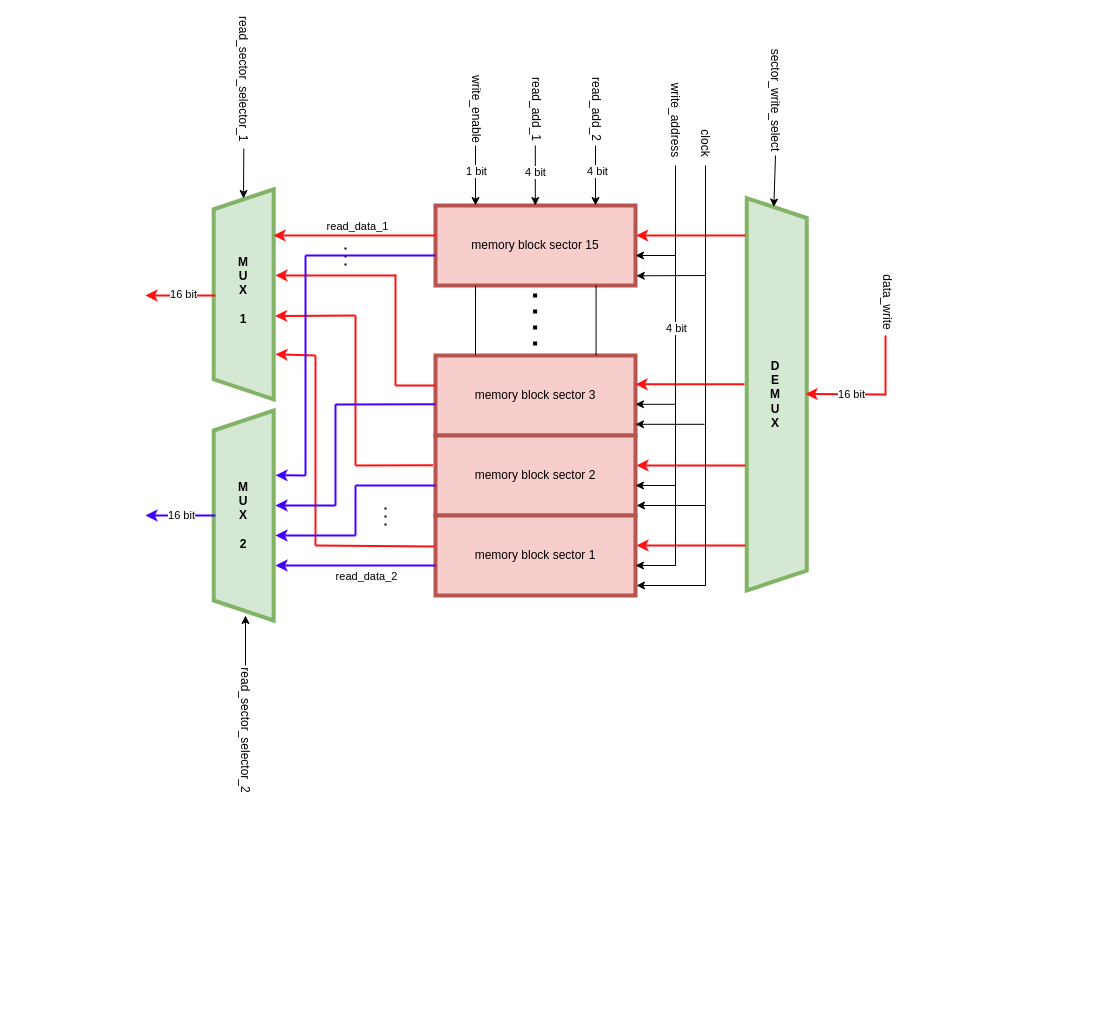
The draw.io diagram appendix/architecture_3.drawio in Arycast/AutoEncoder_dumbo, before the edit. Source tidied: cells renumbered, new cells numbered last; positions are measured from the earlier drawing's top-left corner, leaving out a move shared by most shapes. Both pictures are drawn from the tidied source at 100%, with x=0, y=0 at pixel (138, 64).
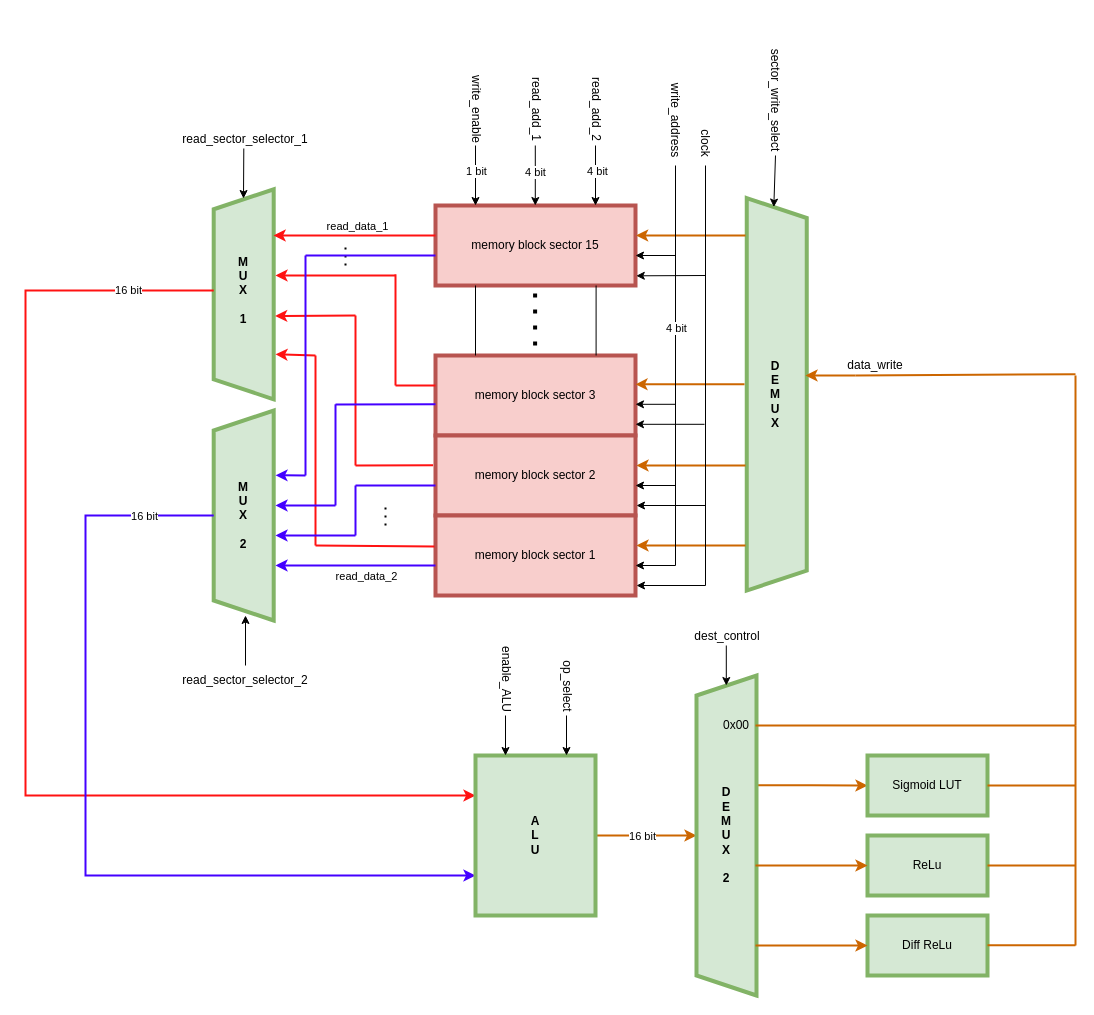
After the change.

Commit message:
updated architecture sketch

Unchanged cells that the change refers to:
```xml
<mxCell id="6" value="memory block sector 15" style="rounded=0;whiteSpace=wrap;html=1;fillColor=#f8cecc;strokeColor=#b85450;strokeWidth=4;" parent="1" vertex="1">
  <mxGeometry x="297" y="141" width="200" height="80" as="geometry" />
</mxCell>
<mxCell id="77" value="&lt;b&gt;M&lt;br&gt;U&lt;br&gt;X&lt;br&gt;&lt;br&gt;1&lt;/b&gt;" style="text;html=1;strokeColor=none;fillColor=none;align=center;verticalAlign=middle;whiteSpace=wrap;rounded=0;" parent="1" vertex="1">
  <mxGeometry x="75.2" y="211" width="60" height="30" as="geometry" />
</mxCell>
<mxCell id="78" value="&lt;b&gt;M&lt;br&gt;U&lt;br&gt;X&lt;br&gt;&lt;br&gt;2&lt;br&gt;&lt;/b&gt;" style="text;html=1;strokeColor=none;fillColor=none;align=center;verticalAlign=middle;whiteSpace=wrap;rounded=0;" parent="1" vertex="1">
  <mxGeometry x="75.2" y="436" width="60" height="30" as="geometry" />
</mxCell>
```

Diff of the diagram source:
```diff
@@
-    <mxCell id="10" value="data_write" style="text;html=1;strokeColor=none;fillColor=none;align=center;verticalAlign=middle;whiteSpace=wrap;rounded=0;rotation=90;" parent="1" vertex="1">
-      <mxGeometry x="729" y="228" width="40" height="20" as="geometry" />
+    <mxCell id="10" value="data_write" style="text;html=1;strokeColor=none;fillColor=none;align=center;verticalAlign=middle;whiteSpace=wrap;rounded=0;rotation=0;" parent="1" vertex="1">
+      <mxGeometry x="717" y="291" width="40" height="20" as="geometry" />
     </mxCell>
@@
-    <mxCell id="13" style="endArrow=classic;html=1;rounded=0;strokeColor=#FF1212;strokeWidth=2;" parent="1" edge="1">
-      <mxGeometry relative="1" as="geometry">
-        <mxPoint x="747" y="330" as="sourcePoint" />
-        <mxPoint x="667" y="329.5" as="targetPoint" />
-      </mxGeometry>
-    </mxCell>
-    <mxCell id="14" value="16 bit" style="edgeLabel;html=1;align=center;verticalAlign=middle;" parent="13" vertex="1">
-      <mxGeometry x="-0.13" relative="1" as="geometry" />
-    </mxCell>
-    <mxCell id="15" style="endArrow=classic;html=1;rounded=0;entryX=1.003;entryY=0.375;entryDx=0;entryDy=0;entryPerimeter=0;strokeColor=#FF1212;strokeWidth=2;" parent="1" edge="1" target="6">
+    <mxCell id="15" style="endArrow=classic;html=1;rounded=0;entryX=1.003;entryY=0.375;entryDx=0;entryDy=0;entryPerimeter=0;strokeColor=#CC6600;strokeWidth=2;" parent="1" edge="1" target="6">
       <mxGeometry relative="1" as="geometry">
         <mxPoint x="607" y="171" as="sourcePoint" />
       </mxGeometry>
     </mxCell>
-    <mxCell id="16" style="endArrow=classic;html=1;rounded=0;entryX=1.003;entryY=0.375;entryDx=0;entryDy=0;entryPerimeter=0;strokeColor=#FF1212;strokeWidth=2;" parent="1" edge="1">
+    <mxCell id="16" style="endArrow=classic;html=1;rounded=0;entryX=1.003;entryY=0.375;entryDx=0;entryDy=0;entryPerimeter=0;strokeColor=#CC6600;strokeWidth=2;" parent="1" edge="1">
       <mxGeometry relative="1" as="geometry">
         <mxPoint x="606" y="319.8" as="sourcePoint" />
         <mxPoint x="497" y="319.8" as="targetPoint" />
       </mxGeometry>
     </mxCell>
-    <mxCell id="17" style="endArrow=classic;html=1;rounded=0;entryX=1.003;entryY=0.375;entryDx=0;entryDy=0;entryPerimeter=0;strokeColor=#FF1212;strokeWidth=2;" parent="1" edge="1">
+    <mxCell id="17" style="endArrow=classic;html=1;rounded=0;entryX=1.003;entryY=0.375;entryDx=0;entryDy=0;entryPerimeter=0;strokeColor=#CC6600;strokeWidth=2;" parent="1" edge="1">
       <mxGeometry relative="1" as="geometry">
         <mxPoint x="607" y="401" as="sourcePoint" />
         <mxPoint x="498" y="401" as="targetPoint" />
       </mxGeometry>
     </mxCell>
-    <mxCell id="18" style="endArrow=classic;html=1;rounded=0;entryX=1.003;entryY=0.375;entryDx=0;entryDy=0;entryPerimeter=0;strokeColor=#FF1212;strokeWidth=2;" parent="1" edge="1">
+    <mxCell id="18" style="endArrow=classic;html=1;rounded=0;entryX=1.003;entryY=0.375;entryDx=0;entryDy=0;entryPerimeter=0;strokeColor=#CC6600;strokeWidth=2;" parent="1" edge="1">
       <mxGeometry relative="1" as="geometry">
         <mxPoint x="607" y="481" as="sourcePoint" />
         <mxPoint x="498" y="481" as="targetPoint" />
       </mxGeometry>
     </mxCell>
@@
-    <mxCell id="68" style="endArrow=classic;html=1;rounded=0;strokeColor=#FF1212;strokeWidth=2;" parent="1" edge="1">
-      <mxGeometry relative="1" as="geometry">
-        <mxPoint x="77" y="231" as="sourcePoint" />
-        <mxPoint x="7" y="231" as="targetPoint" />
-      </mxGeometry>
-    </mxCell>
-    <mxCell id="69" value="16 bit" style="edgeLabel;html=1;align=center;verticalAlign=middle;" parent="68" vertex="1">
-      <mxGeometry x="-0.05" y="-2" relative="1" as="geometry" />
-    </mxCell>
-    <mxCell id="70" style="endArrow=classic;html=1;rounded=0;strokeColor=#4400FF;strokeWidth=2;" parent="1" edge="1">
-      <mxGeometry relative="1" as="geometry">
-        <mxPoint x="77" y="451" as="sourcePoint" />
-        <mxPoint x="7" y="451" as="targetPoint" />
-      </mxGeometry>
-    </mxCell>
-    <mxCell id="71" value="16 bit" style="edgeLabel;html=1;align=center;verticalAlign=middle;" parent="70" vertex="1">
-      <mxGeometry x="0.01" y="-1" relative="1" as="geometry" />
-    </mxCell>
-    <mxCell id="72" style="endArrow=none;html=1;rounded=0;strokeColor=#FF1212;strokeWidth=2;" parent="1" edge="1">
-      <mxGeometry relative="1" as="geometry">
-        <mxPoint x="747" y="331" as="sourcePoint" />
-        <mxPoint x="747" y="271" as="targetPoint" />
-      </mxGeometry>
-    </mxCell>
@@
-    <mxCell id="74" value="read_sector_selector_1" style="text;html=1;strokeColor=none;fillColor=none;align=center;verticalAlign=middle;whiteSpace=wrap;rounded=0;rotation=90;" parent="1" vertex="1">
-      <mxGeometry x="75.2" width="60" height="30" as="geometry" />
+    <mxCell id="74" value="read_sector_selector_1" style="text;html=1;strokeColor=none;fillColor=none;align=center;verticalAlign=middle;whiteSpace=wrap;rounded=0;rotation=0;" parent="1" vertex="1">
+      <mxGeometry x="77" y="60" width="60" height="30" as="geometry" />
     </mxCell>
@@
-    <mxCell id="76" value="read_sector_selector_2" style="text;html=1;strokeColor=none;fillColor=none;align=center;verticalAlign=middle;whiteSpace=wrap;rounded=0;rotation=90;" parent="1" vertex="1">
-      <mxGeometry x="77" y="651" width="60" height="30" as="geometry" />
+    <mxCell id="76" value="read_sector_selector_2" style="text;html=1;strokeColor=none;fillColor=none;align=center;verticalAlign=middle;whiteSpace=wrap;rounded=0;rotation=0;" parent="1" vertex="1">
+      <mxGeometry x="77" y="601" width="60" height="30" as="geometry" />
     </mxCell>
+    <mxCell id="79" style="edgeStyle=orthogonalEdgeStyle;rounded=0;jettySize=auto;html=1;entryX=0;entryY=0.25;entryDx=0;entryDy=0;strokeWidth=2;strokeColor=#FF1212;" parent="1" edge="1" source="77" target="85">
+      <mxGeometry relative="1" as="geometry">
+        <Array as="points">
+          <mxPoint x="-113" y="226" />
+          <mxPoint x="-113" y="731" />
+        </Array>
+      </mxGeometry>
+    </mxCell>
+    <mxCell id="80" value="16 bit" style="edgeLabel;html=1;align=center;verticalAlign=middle;" parent="79" vertex="1">
+      <mxGeometry x="-0.85" y="-3" relative="1" as="geometry">
+        <mxPoint y="2" as="offset" />
+      </mxGeometry>
+    </mxCell>
@@
+    <mxCell id="81" style="edgeStyle=orthogonalEdgeStyle;rounded=0;jettySize=auto;html=1;entryX=0;entryY=0.75;entryDx=0;entryDy=0;strokeColor=#4400FF;strokeWidth=2;" parent="1" edge="1" source="78" target="85">
+      <mxGeometry relative="1" as="geometry">
+        <Array as="points">
+          <mxPoint x="-53" y="451" />
+          <mxPoint x="-53" y="811" />
+        </Array>
+      </mxGeometry>
+    </mxCell>
+    <mxCell id="82" value="16 bit" style="edgeLabel;html=1;align=center;verticalAlign=middle;" parent="81" vertex="1">
+      <mxGeometry x="-0.84" y="-3" relative="1" as="geometry">
+        <mxPoint y="3" as="offset" />
+      </mxGeometry>
+    </mxCell>
@@
+    <mxCell id="83" style="edgeStyle=orthogonalEdgeStyle;rounded=0;jettySize=auto;html=1;strokeWidth=2;strokeColor=#CC6600;" parent="1" edge="1" source="85" target="91">
+      <mxGeometry relative="1" as="geometry" />
+    </mxCell>
+    <mxCell id="84" value="16 bit" style="edgeLabel;html=1;align=center;verticalAlign=middle;" parent="83" vertex="1">
+      <mxGeometry x="-0.09" y="-2" relative="1" as="geometry">
+        <mxPoint y="-2" as="offset" />
+      </mxGeometry>
+    </mxCell>
+    <mxCell id="85" value="&lt;b&gt;A&lt;br&gt;L&lt;br&gt;U&lt;/b&gt;" style="rounded=0;whiteSpace=wrap;html=1;fillColor=#d5e8d4;strokeColor=#82b366;strokeWidth=4;" parent="1" vertex="1">
+      <mxGeometry x="337" y="691" width="120" height="160" as="geometry" />
+    </mxCell>
+    <mxCell id="86" style="endArrow=classic;html=1;rounded=0;" parent="1" edge="1">
+      <mxGeometry relative="1" as="geometry">
+        <mxPoint x="367" y="651" as="sourcePoint" />
+        <mxPoint x="367" y="691" as="targetPoint" />
+      </mxGeometry>
+    </mxCell>
+    <mxCell id="87" style="endArrow=classic;html=1;rounded=0;" parent="1" edge="1">
+      <mxGeometry relative="1" as="geometry">
+        <mxPoint x="428" y="651" as="sourcePoint" />
+        <mxPoint x="428" y="691" as="targetPoint" />
+      </mxGeometry>
+    </mxCell>
+    <mxCell id="88" value="enable_ALU" style="text;html=1;strokeColor=none;fillColor=none;align=center;verticalAlign=middle;whiteSpace=wrap;rounded=0;rotation=90;" parent="1" vertex="1">
+      <mxGeometry x="338" y="600" width="60" height="30" as="geometry" />
+    </mxCell>
+    <mxCell id="89" value="op_select" style="text;html=1;strokeColor=none;fillColor=none;align=center;verticalAlign=middle;whiteSpace=wrap;rounded=0;rotation=90;" parent="1" vertex="1">
+      <mxGeometry x="399" y="607" width="60" height="30" as="geometry" />
+    </mxCell>
+    <mxCell id="90" style="edgeStyle=orthogonalEdgeStyle;rounded=0;jettySize=auto;html=1;entryX=0;entryY=0.5;entryDx=0;entryDy=0;exitX=0.657;exitY=0.963;exitDx=0;exitDy=0;exitPerimeter=0;strokeWidth=2;strokeColor=#CC6600;" parent="1" edge="1" source="91" target="94">
+      <mxGeometry relative="1" as="geometry" />
+    </mxCell>
+    <mxCell id="91" style="shape=trapezoid;perimeter=trapezoidPerimeter;whiteSpace=wrap;html=1;fixedSize=1;fillColor=#d5e8d4;strokeColor=#82b366;strokeWidth=4;rotation=90;direction=west;" parent="1" vertex="1">
+      <mxGeometry x="428" y="741" width="320" height="60" as="geometry" />
+    </mxCell>
+    <mxCell id="92" value="Diff ReLu" style="rounded=0;whiteSpace=wrap;html=1;fillColor=#d5e8d4;strokeColor=#82b366;strokeWidth=4;" parent="1" vertex="1">
+      <mxGeometry x="729" y="851" width="120" height="60" as="geometry" />
+    </mxCell>
+    <mxCell id="93" value="ReLu" style="rounded=0;whiteSpace=wrap;html=1;fillColor=#d5e8d4;strokeColor=#82b366;strokeWidth=4;" parent="1" vertex="1">
+      <mxGeometry x="729" y="771" width="120" height="60" as="geometry" />
+    </mxCell>
+    <mxCell id="94" value="Sigmoid LUT" style="rounded=0;whiteSpace=wrap;html=1;fillColor=#d5e8d4;strokeColor=#82b366;strokeWidth=4;" parent="1" vertex="1">
+      <mxGeometry x="729" y="691" width="120" height="60" as="geometry" />
+    </mxCell>
+    <mxCell id="95" style="endArrow=classic;html=1;rounded=0;entryX=0;entryY=0.5;entryDx=0;entryDy=0;strokeWidth=2;strokeColor=#CC6600;" parent="1" edge="1" target="93">
+      <mxGeometry relative="1" as="geometry">
+        <mxPoint x="617" y="801" as="sourcePoint" />
+      </mxGeometry>
+    </mxCell>
+    <mxCell id="96" style="endArrow=classic;html=1;rounded=0;entryX=0;entryY=0.5;entryDx=0;entryDy=0;strokeWidth=2;strokeColor=#CC6600;" parent="1" edge="1" target="92">
+      <mxGeometry relative="1" as="geometry">
+        <mxPoint x="617" y="881" as="sourcePoint" />
+      </mxGeometry>
+    </mxCell>
+    <mxCell id="97" style="endArrow=classic;html=1;rounded=0;strokeWidth=2;strokeColor=#CC6600;" parent="1" edge="1">
+      <mxGeometry relative="1" as="geometry">
+        <mxPoint x="717" y="311" as="sourcePoint" />
+        <mxPoint x="667" y="311" as="targetPoint" />
+      </mxGeometry>
+    </mxCell>
+    <mxCell id="98" style="endArrow=none;html=1;rounded=0;strokeWidth=2;strokeColor=#CC6600;" parent="1" edge="1">
+      <mxGeometry relative="1" as="geometry">
+        <mxPoint x="617" y="661" as="sourcePoint" />
+        <mxPoint x="937" y="661" as="targetPoint" />
+      </mxGeometry>
+    </mxCell>
+    <mxCell id="99" style="endArrow=none;html=1;rounded=0;strokeWidth=2;strokeColor=#CC6600;" parent="1" edge="1">
+      <mxGeometry relative="1" as="geometry">
+        <mxPoint x="937" y="661" as="sourcePoint" />
+        <mxPoint x="937" y="311" as="targetPoint" />
+      </mxGeometry>
+    </mxCell>
+    <mxCell id="100" style="endArrow=none;html=1;rounded=0;strokeWidth=2;strokeColor=#CC6600;" parent="1" edge="1">
+      <mxGeometry relative="1" as="geometry">
+        <mxPoint x="717" y="311" as="sourcePoint" />
+        <mxPoint x="937" y="309.8" as="targetPoint" />
+      </mxGeometry>
+    </mxCell>
+    <mxCell id="101" style="endArrow=none;html=1;rounded=0;strokeWidth=2;strokeColor=#CC6600;" parent="1" edge="1">
+      <mxGeometry relative="1" as="geometry">
+        <mxPoint x="937" y="881" as="sourcePoint" />
+        <mxPoint x="937" y="661" as="targetPoint" />
+      </mxGeometry>
+    </mxCell>
+    <mxCell id="102" style="endArrow=none;html=1;rounded=0;strokeWidth=2;strokeColor=#CC6600;" parent="1" edge="1">
+      <mxGeometry relative="1" as="geometry">
+        <mxPoint x="849" y="721" as="sourcePoint" />
+        <mxPoint x="937" y="721" as="targetPoint" />
+      </mxGeometry>
+    </mxCell>
+    <mxCell id="103" style="endArrow=none;html=1;rounded=0;strokeWidth=2;strokeColor=#CC6600;" parent="1" edge="1">
+      <mxGeometry relative="1" as="geometry">
+        <mxPoint x="849" y="801" as="sourcePoint" />
+        <mxPoint x="937" y="801" as="targetPoint" />
+      </mxGeometry>
+    </mxCell>
+    <mxCell id="104" style="endArrow=none;html=1;rounded=0;strokeWidth=2;strokeColor=#CC6600;" parent="1" edge="1">
+      <mxGeometry relative="1" as="geometry">
+        <mxPoint x="849" y="880.8" as="sourcePoint" />
+        <mxPoint x="937" y="880.8" as="targetPoint" />
+      </mxGeometry>
+    </mxCell>
+    <mxCell id="105" value="&lt;b&gt;D&lt;br&gt;E&lt;br&gt;M&lt;br&gt;U&lt;br&gt;X&lt;br&gt;&lt;br&gt;2&lt;/b&gt;" style="text;html=1;strokeColor=none;fillColor=none;align=center;verticalAlign=middle;whiteSpace=wrap;rounded=0;" parent="1" vertex="1">
+      <mxGeometry x="558" y="756" width="60" height="30" as="geometry" />
+    </mxCell>
+    <mxCell id="106" style="endArrow=classic;html=1;rounded=0;" parent="1" edge="1">
+      <mxGeometry relative="1" as="geometry">
+        <mxPoint x="587.8" y="581" as="sourcePoint" />
+        <mxPoint x="587.8" y="621" as="targetPoint" />
+      </mxGeometry>
+    </mxCell>
+    <mxCell id="107" value="dest_control" style="text;html=1;strokeColor=none;fillColor=none;align=center;verticalAlign=middle;whiteSpace=wrap;rounded=0;" parent="1" vertex="1">
+      <mxGeometry x="559" y="557" width="60" height="30" as="geometry" />
+    </mxCell>
+    <mxCell id="108" value="0x00" style="text;html=1;strokeColor=none;fillColor=none;align=center;verticalAlign=middle;whiteSpace=wrap;rounded=0;" parent="1" vertex="1">
+      <mxGeometry x="568" y="646" width="60" height="30" as="geometry" />
+    </mxCell>
```
